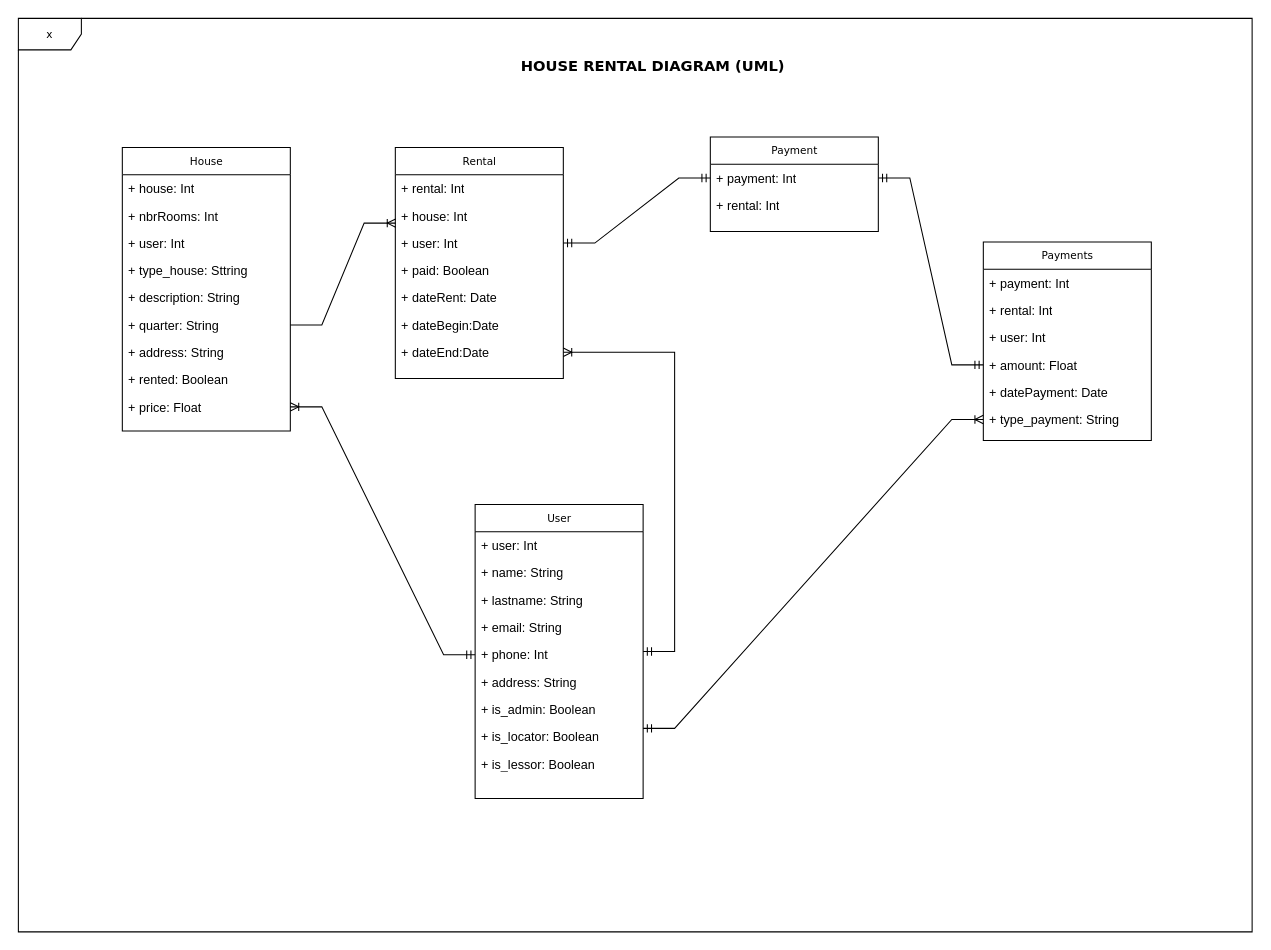
The draw.io diagram Untitled Diagram.drawio in Archippe-m-arkip/location-maison, before the edit. Source tidied: cells renumbered, new cells numbered last; positions are measured from the earlier drawing's top-left corner, leaving out a move shared by most shapes. Both pictures are drawn from the tidied source at 105%, with x=0, y=0 at pixel (-235, 18).
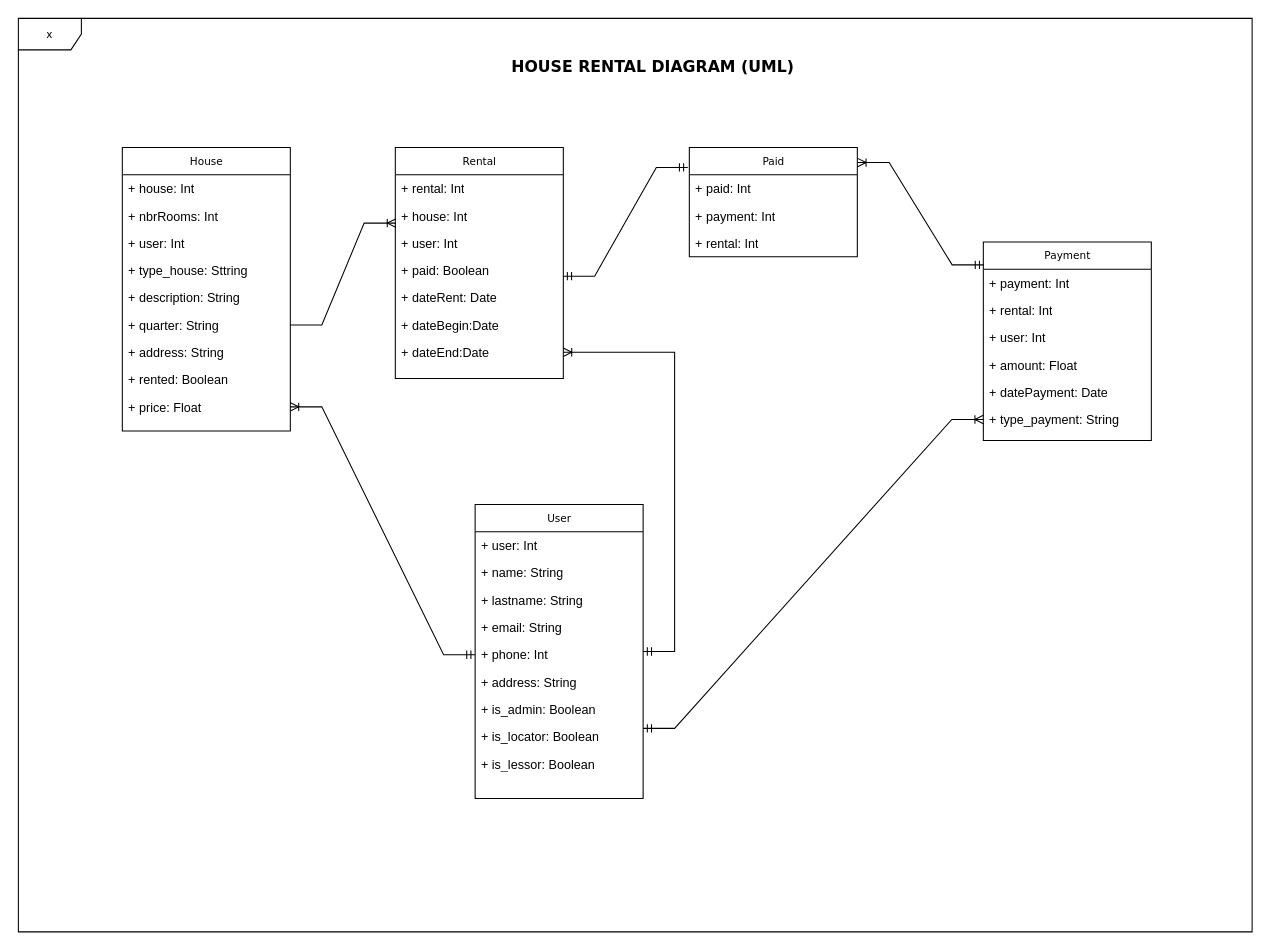
After the change.

Commit message:
finilizing the house rental uml

Unchanged cells that the change refers to:
```xml
<mxCell id="10" value="+ user: Int" style="text;html=1;strokeColor=none;fillColor=none;align=left;verticalAlign=top;spacingLeft=4;spacingRight=4;whiteSpace=wrap;overflow=hidden;points=[[0,0.5],[1,0.5]];portConstraint=eastwest;" parent="7" vertex="1">
  <mxGeometry y="78" width="160" height="26" as="geometry" />
</mxCell>
<mxCell id="11" value="+ paid: Boolean" style="text;html=1;strokeColor=none;fillColor=none;align=left;verticalAlign=top;spacingLeft=4;spacingRight=4;whiteSpace=wrap;overflow=hidden;points=[[0,0.5],[1,0.5]];portConstraint=eastwest;" parent="7" vertex="1">
  <mxGeometry y="104" width="160" height="26" as="geometry" />
</mxCell>
<mxCell id="39" value="+ amount: Float" style="text;html=1;strokeColor=none;fillColor=none;align=left;verticalAlign=top;spacingLeft=4;spacingRight=4;whiteSpace=wrap;overflow=hidden;points=[[0,0.5],[1,0.5]];portConstraint=eastwest;" parent="35" vertex="1">
  <mxGeometry y="104" width="160" height="26" as="geometry" />
</mxCell>
```

Diff of the diagram source:
```diff
@@
-    <mxCell id="35" value="Payments" style="swimlane;html=1;fontStyle=0;horizontal=1;startSize=26;fillColor=none;swimlaneFillColor=#ffffff;rounded=0;shadow=0;comic=0;labelBackgroundColor=none;strokeWidth=1;fontFamily=Verdana;fontSize=10;align=center;" parent="1" vertex="1">
+    <mxCell id="35" value="Payment" style="swimlane;html=1;fontStyle=0;horizontal=1;startSize=26;fillColor=none;swimlaneFillColor=#ffffff;rounded=0;shadow=0;comic=0;labelBackgroundColor=none;strokeWidth=1;fontFamily=Verdana;fontSize=10;align=center;" parent="1" vertex="1">
       <mxGeometry x="1160" y="213" width="160" height="189" as="geometry" />
     </mxCell>
@@
-    <mxCell id="42" value="&lt;font style=&quot;font-size: 14px;&quot;&gt;HOUSE RENTAL DIAGRAM (UML)&lt;/font&gt;" style="text;align=center;fontStyle=1;verticalAlign=middle;spacingLeft=3;spacingRight=3;strokeColor=none;html=1;fontFamily=Verdana;fontSize=10;fontColor=default;labelBackgroundColor=none;" parent="1" vertex="1">
+    <mxCell id="42" value="&lt;font style=&quot;font-size: 15px;&quot;&gt;HOUSE RENTAL DIAGRAM (UML)&lt;/font&gt;" style="text;align=center;fontStyle=1;verticalAlign=middle;spacingLeft=3;spacingRight=3;strokeColor=none;html=1;fontFamily=Verdana;fontSize=15;fontColor=default;labelBackgroundColor=none;" parent="1" vertex="1">
       <mxGeometry x="730" y="33" width="230" height="26" as="geometry" />
     </mxCell>
@@
-    <mxCell id="44" value="Payment" style="swimlane;html=1;fontStyle=0;horizontal=1;startSize=26;fillColor=none;swimlaneFillColor=#ffffff;rounded=0;shadow=0;comic=0;labelBackgroundColor=none;strokeWidth=1;fontFamily=Verdana;fontSize=10;align=center;" parent="1" vertex="1">
-      <mxGeometry x="900" y="113" width="160" height="90" as="geometry" />
+    <mxCell id="44" value="Paid" style="swimlane;html=1;fontStyle=0;horizontal=1;startSize=26;fillColor=none;swimlaneFillColor=#ffffff;rounded=0;shadow=0;comic=0;labelBackgroundColor=none;strokeWidth=1;fontFamily=Verdana;fontSize=10;align=center;" parent="1" vertex="1">
+      <mxGeometry x="880" y="123" width="160" height="104" as="geometry" />
     </mxCell>
+    <mxCell id="52" value="+ paid: Int" style="text;html=1;strokeColor=none;fillColor=none;align=left;verticalAlign=top;spacingLeft=4;spacingRight=4;whiteSpace=wrap;overflow=hidden;" parent="44" vertex="1">
+      <mxGeometry y="26" width="160" height="26" as="geometry" />
+    </mxCell>
     <mxCell id="45" value="+ payment: Int" style="text;html=1;strokeColor=none;fillColor=none;align=left;verticalAlign=top;spacingLeft=4;spacingRight=4;whiteSpace=wrap;overflow=hidden;points=[[0,0.5],[1,0.5]];portConstraint=eastwest;" parent="44" vertex="1">
-      <mxGeometry y="26" width="160" height="26" as="geometry" />
+      <mxGeometry y="52" width="160" height="26" as="geometry" />
     </mxCell>
     <mxCell id="46" value="+ rental: Int" style="text;html=1;strokeColor=none;fillColor=none;align=left;verticalAlign=top;spacingLeft=4;spacingRight=4;whiteSpace=wrap;overflow=hidden;" parent="44" vertex="1">
-      <mxGeometry y="52" width="160" height="26" as="geometry" />
+      <mxGeometry y="78" width="160" height="26" as="geometry" />
     </mxCell>
-    <mxCell id="47" style="edgeStyle=entityRelationEdgeStyle;fontSize=12;html=1;endArrow=ERmandOne;startArrow=ERmandOne;rounded=0;fontFamily=Verdana;fontColor=default;labelBackgroundColor=none;exitX=1;exitY=0.5;exitDx=0;exitDy=0;entryX=0;entryY=0.5;entryDx=0;entryDy=0;" parent="1" edge="1" source="45" target="39">
-      <mxGeometry relative="1" as="geometry" />
-    </mxCell>
-    <mxCell id="48" style="edgeStyle=entityRelationEdgeStyle;fontSize=12;html=1;endArrow=ERmandOne;startArrow=ERmandOne;rounded=0;fontFamily=Verdana;fontColor=default;labelBackgroundColor=none;exitX=1;exitY=0.5;exitDx=0;exitDy=0;entryX=0;entryY=0.5;entryDx=0;entryDy=0;" parent="1" edge="1" source="10" target="45">
+    <mxCell id="48" style="edgeStyle=entityRelationEdgeStyle;fontSize=12;html=1;endArrow=ERmandOne;startArrow=ERmandOne;rounded=0;fontFamily=Verdana;fontColor=default;labelBackgroundColor=none;exitX=0.999;exitY=0.712;exitDx=0;exitDy=0;entryX=-0.009;entryY=0.182;entryDx=0;entryDy=0;entryPerimeter=0;exitPerimeter=0;" parent="1" edge="1" source="11" target="44">
       <mxGeometry relative="1" as="geometry" />
     </mxCell>
@@
+    <mxCell id="53" style="edgeStyle=entityRelationEdgeStyle;fontSize=12;html=1;endArrow=ERoneToMany;startArrow=ERmandOne;rounded=0;fontFamily=Verdana;fontColor=default;labelBackgroundColor=none;entryX=1.002;entryY=0.138;entryDx=0;entryDy=0;exitX=0.002;exitY=0.115;exitDx=0;exitDy=0;exitPerimeter=0;entryPerimeter=0;" parent="1" edge="1" source="35" target="44">
+      <mxGeometry relative="1" as="geometry">
+        <Array as="points">
+          <mxPoint x="1283" y="403" />
+          <mxPoint x="493" y="298" />
+          <mxPoint x="1303" y="211" />
+          <mxPoint x="1213" y="191" />
+          <mxPoint x="1313" y="298" />
+          <mxPoint x="1293" y="248" />
+          <mxPoint x="1303" y="248" />
+        </Array>
+      </mxGeometry>
+    </mxCell>
```
